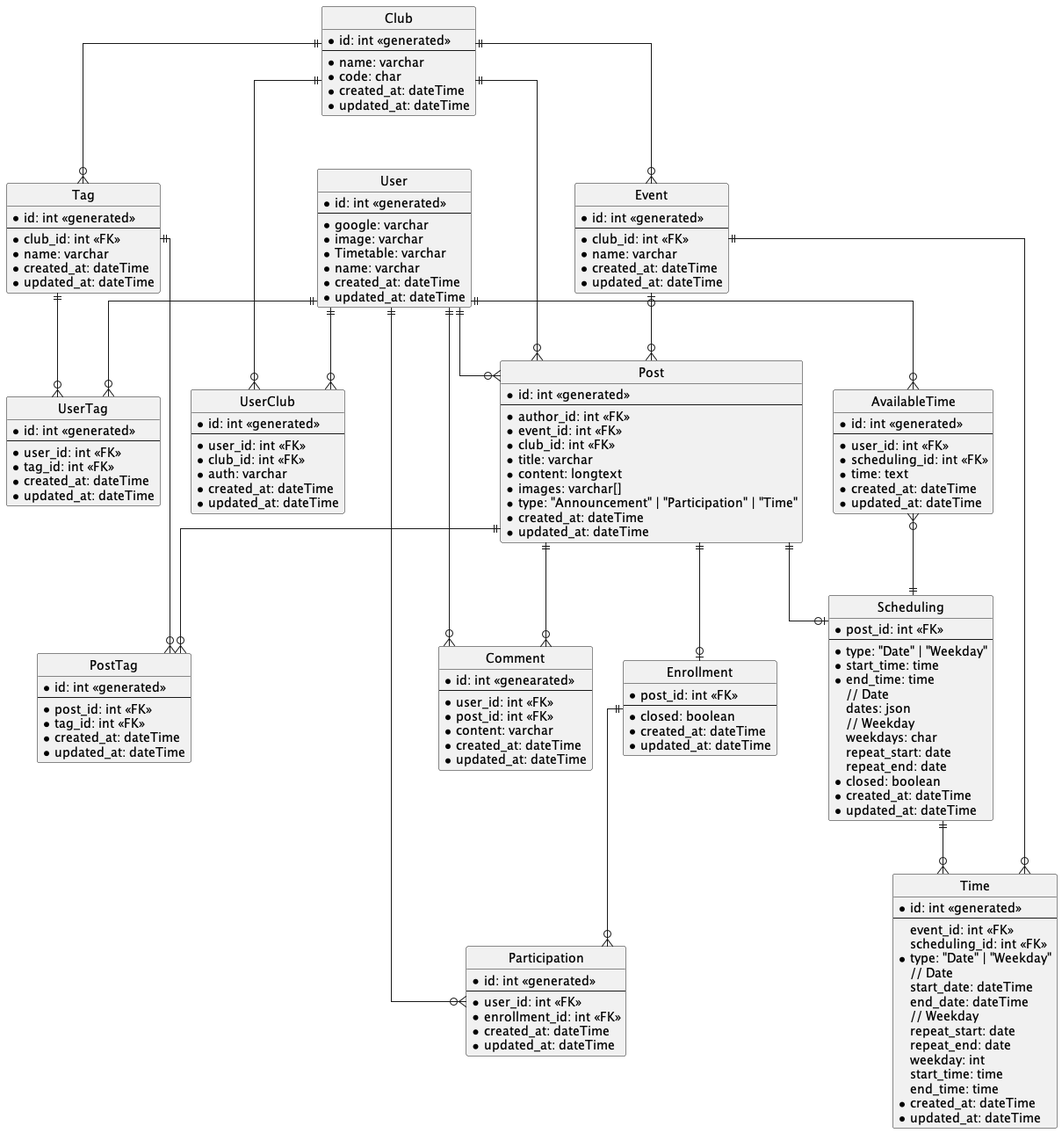
Before: udong-backend/docs/Udong.png, a diagram exported from PlantUML (swsnu/swppfall2022-team1).
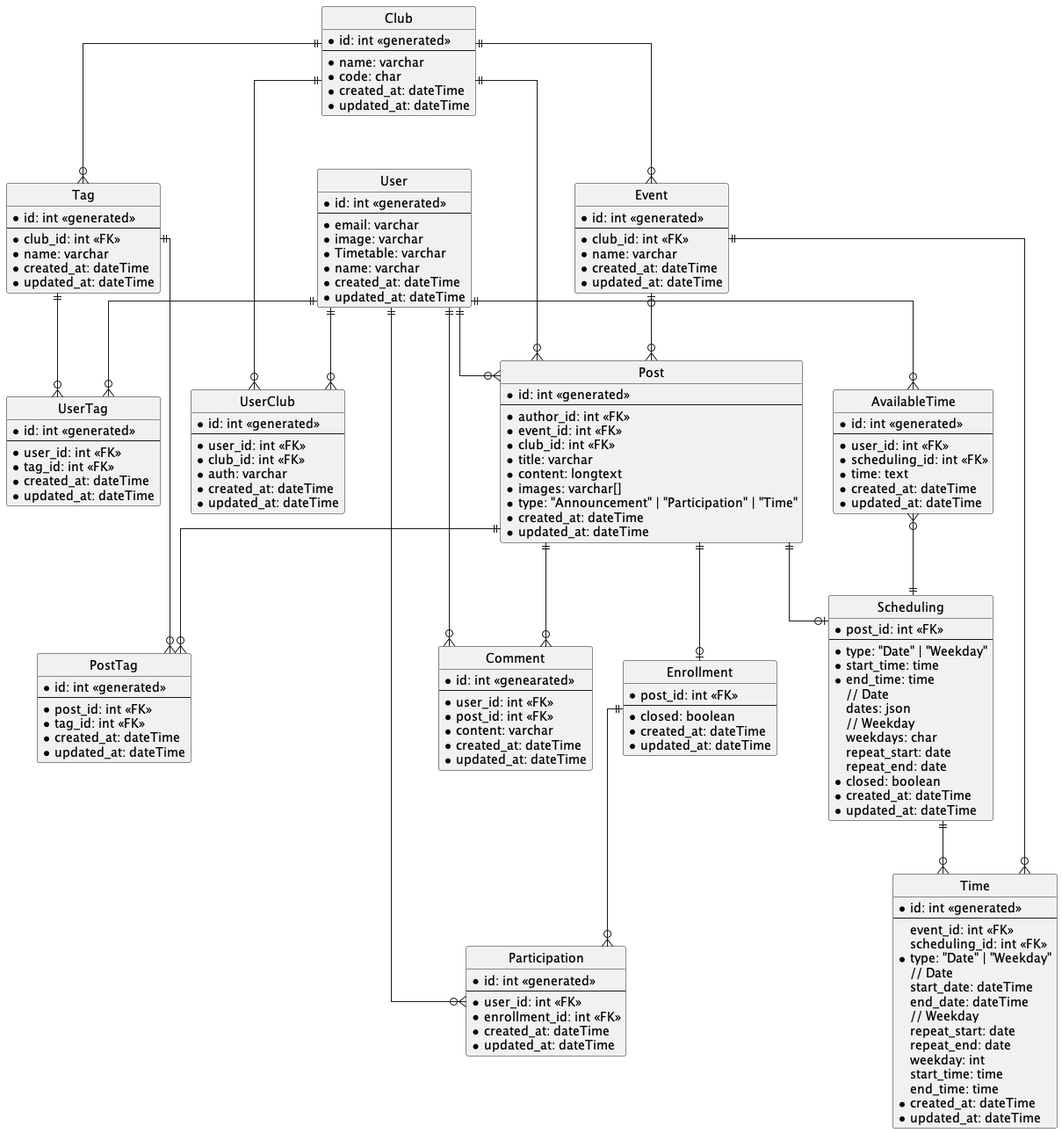
The same file after the commit.

The edit, as a diff of the source:
```diff
@@ -6,7 +6,7 @@
 entity User {
   *id: int <<generated>>
   --
-  *google: varchar
+  *email: varchar
   *image: varchar
   *Timetable: varchar
   *name: varchar
```
